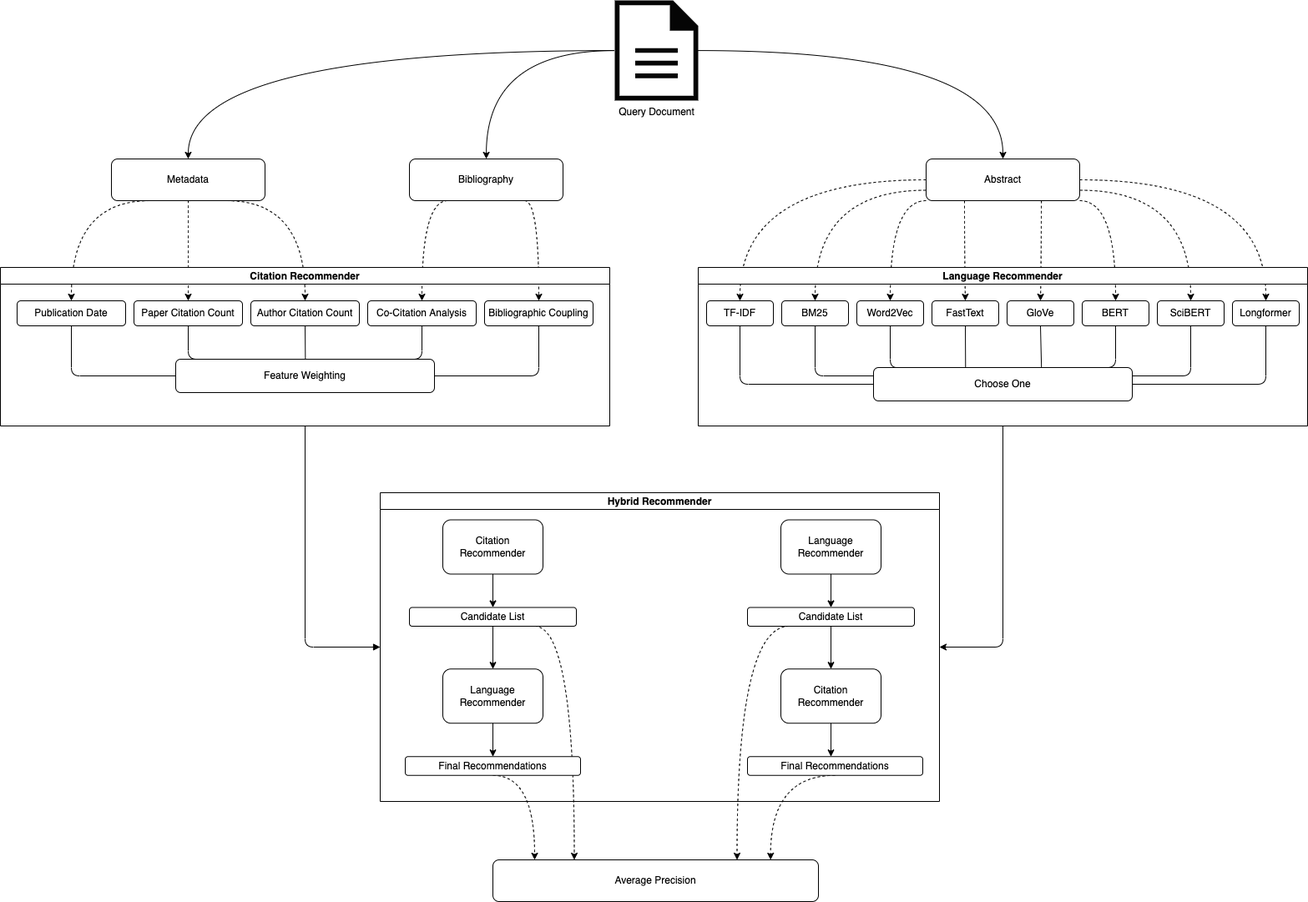
The draw.io diagram static/hybrid-architecture.png in joel-beck/readnext, before a commit. Source tidied: cells renumbered, new cells last; positions are measured from the earlier drawing's top-left corner, leaving out a move shared by most shapes.
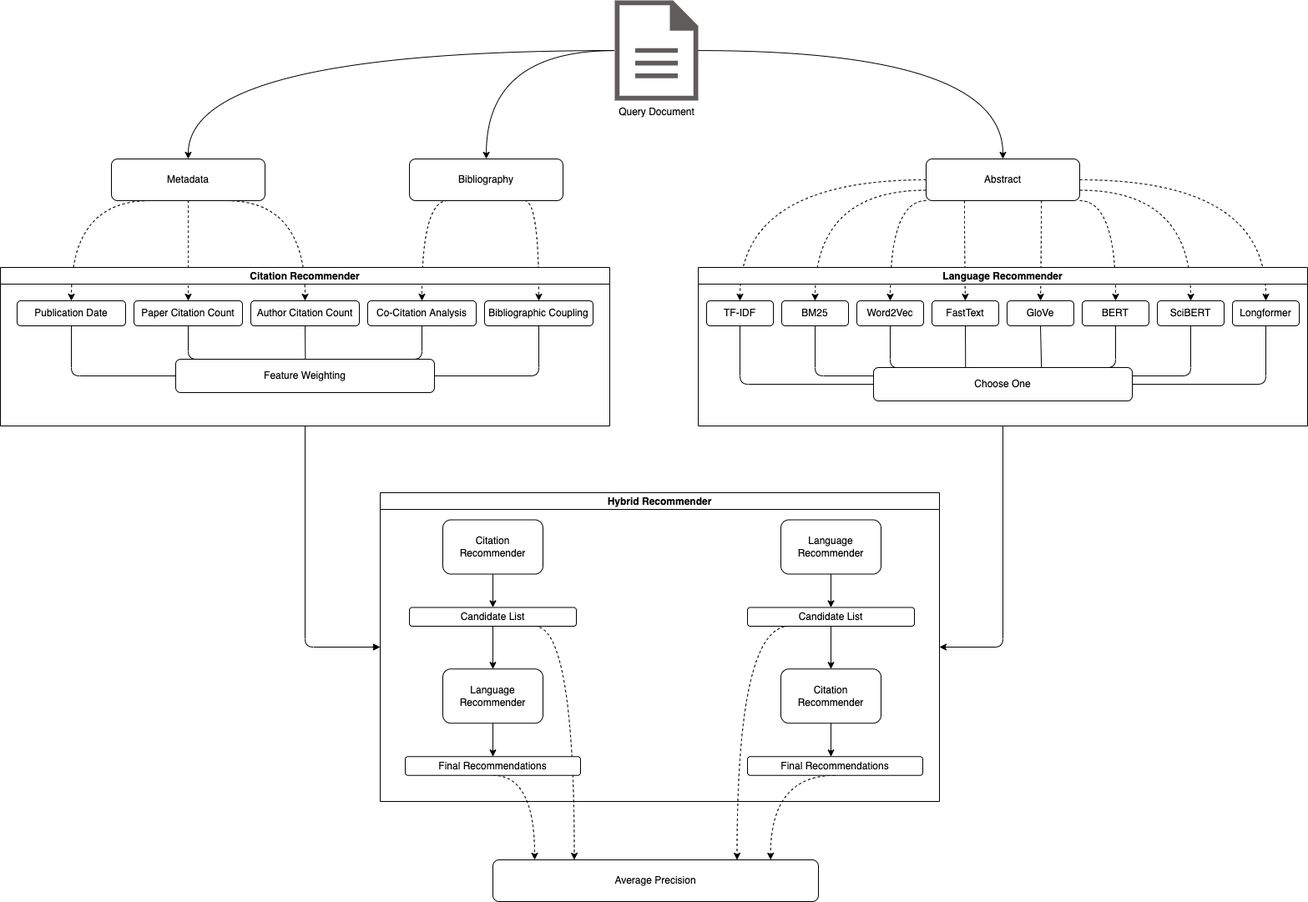
The same diagram one commit later.

Diff of the diagram source:
```diff
@@ -1,4 +1,4 @@
-<mxGraphModel background="#FFFFFF" shadow="1">
+<mxGraphModel background="#FFFFFF">
   <root>
     <mxCell id="0" />
     <mxCell id="1" parent="0" />
@@ -25,7 +25,7 @@
     <mxCell id="6" style="edgeStyle=orthogonalEdgeStyle;curved=1;html=1;entryX=0.5;entryY=0;entryDx=0;entryDy=0;strokeColor=default;" parent="1" edge="1" source="7" target="29">
       <mxGeometry relative="1" as="geometry" />
     </mxCell>
-    <mxCell id="7" value="Query Document" style="shadow=0;dashed=0;html=1;strokeColor=none;fillColor=#050505;labelPosition=center;verticalLabelPosition=bottom;verticalAlign=top;outlineConnect=0;align=center;shape=mxgraph.office.concepts.document;fillStyle=auto;" parent="1" vertex="1">
+    <mxCell id="7" value="Query Document" style="shadow=0;dashed=0;html=1;strokeColor=none;fillColor=#605c5c;labelPosition=center;verticalLabelPosition=bottom;verticalAlign=top;outlineConnect=0;align=center;shape=mxgraph.office.concepts.document;fillStyle=auto;gradientColor=none;" parent="1" vertex="1">
       <mxGeometry x="736" width="100" height="120" as="geometry" />
     </mxCell>
     <mxCell id="8" value="Average Precision" style="rounded=1;whiteSpace=wrap;html=1;" parent="1" vertex="1">
```
